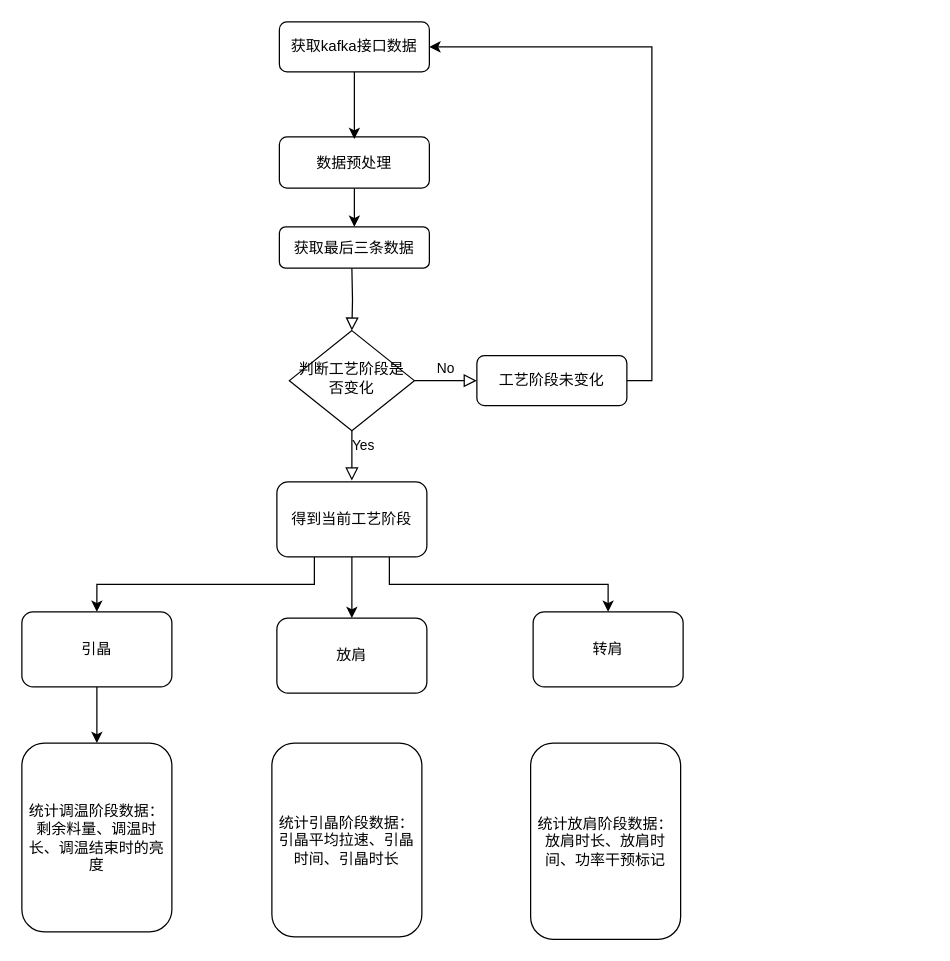
This is 智能拉晶数据存储梳理流程图.drawio from ykchasingwind/2019iFLYTEK_MachineryLife_Baseline, a draw.io file, before an edit. Source tidied: cells renumbered, new cells numbered last; positions are measured from the earlier drawing's top-left corner, leaving out a move shared by most shapes. Both pictures are drawn from the tidied source at 125%, with x=0, y=0 at pixel (21, 21).
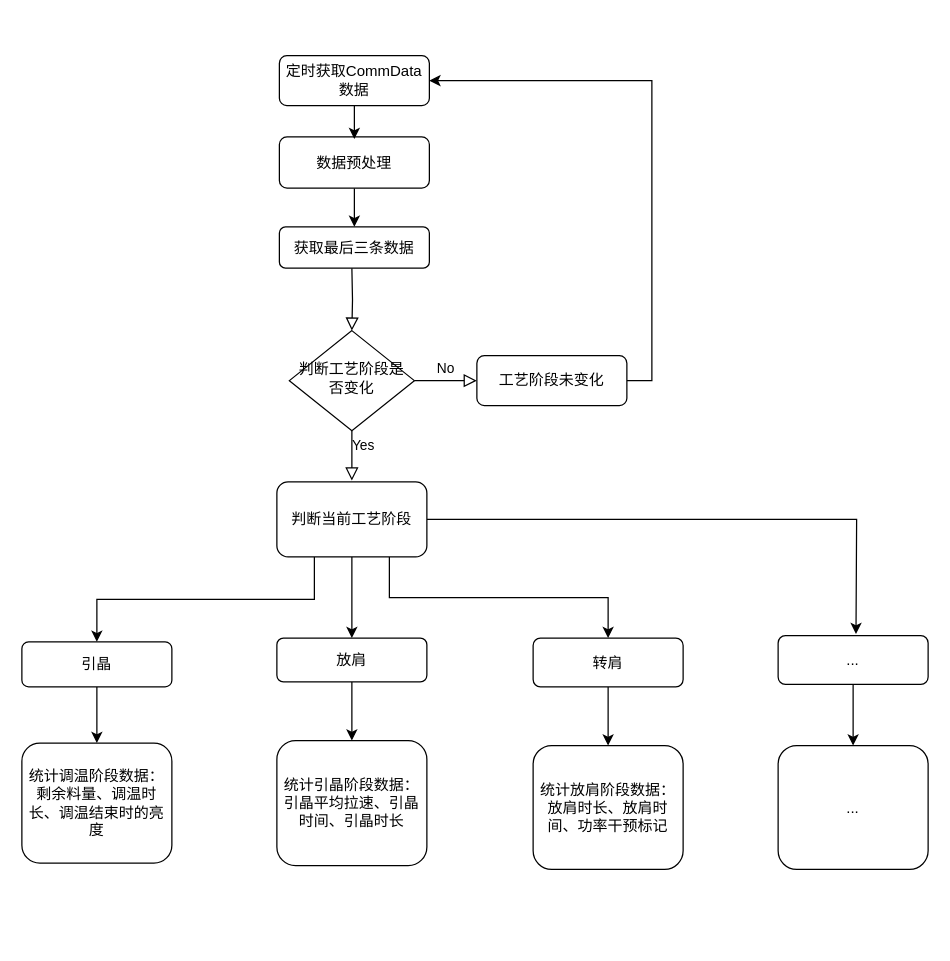
Above is the later version.

Commit message:
更新智能拉晶数据存储梳理流程图.drawio

What changed in the source:
```diff
@@
-    <mxCell id="11" value="获取kafka接口数据" style="rounded=1;whiteSpace=wrap;html=1;fontSize=12;glass=0;strokeWidth=1;shadow=0;" parent="1" vertex="1">
-      <mxGeometry x="206" width="120" height="40" as="geometry" />
+    <mxCell id="11" value="定时获取CommData数据" style="rounded=1;whiteSpace=wrap;html=1;fontSize=12;glass=0;strokeWidth=1;shadow=0;" parent="1" vertex="1">
+      <mxGeometry x="206" y="27" width="120" height="40" as="geometry" />
     </mxCell>
@@
+    <mxCell id="24" style="edgeStyle=orthogonalEdgeStyle;rounded=0;jettySize=auto;html=1;exitX=1;exitY=0.5;exitDx=0;exitDy=0;" parent="1" edge="1" source="16">
+      <mxGeometry relative="1" as="geometry">
+        <mxPoint x="667.3" y="489.7" as="targetPoint" />
+      </mxGeometry>
+    </mxCell>
-    <mxCell id="16" value="得到当前工艺阶段" style="rounded=1;whiteSpace=wrap;html=1;" parent="1" vertex="1">
+    <mxCell id="16" value="判断当前工艺阶段" style="rounded=1;whiteSpace=wrap;html=1;" parent="1" vertex="1">
       <mxGeometry x="204" y="368" width="120" height="60" as="geometry" />
     </mxCell>
@@
     <mxCell id="18" value="引晶" style="rounded=1;whiteSpace=wrap;html=1;" parent="1" vertex="1">
-      <mxGeometry y="472" width="120" height="60" as="geometry" />
+      <mxGeometry y="496" width="120" height="36" as="geometry" />
     </mxCell>
+    <mxCell id="25" style="edgeStyle=orthogonalEdgeStyle;rounded=0;jettySize=auto;html=1;exitX=0.5;exitY=1;exitDx=0;exitDy=0;" parent="1" edge="1" source="19" target="22">
+      <mxGeometry relative="1" as="geometry" />
+    </mxCell>
     <mxCell id="19" value="放肩" style="rounded=1;whiteSpace=wrap;html=1;" parent="1" vertex="1">
-      <mxGeometry x="204" y="477" width="120" height="60" as="geometry" />
+      <mxGeometry x="204" y="493" width="120" height="35" as="geometry" />
     </mxCell>
+    <mxCell id="26" style="edgeStyle=orthogonalEdgeStyle;rounded=0;jettySize=auto;html=1;exitX=0.5;exitY=1;exitDx=0;exitDy=0;entryX=0.5;entryY=0;entryDx=0;entryDy=0;" parent="1" edge="1" source="20" target="23">
+      <mxGeometry relative="1" as="geometry" />
+    </mxCell>
     <mxCell id="20" value="转肩" style="rounded=1;whiteSpace=wrap;html=1;" parent="1" vertex="1">
-      <mxGeometry x="409" y="472" width="120" height="60" as="geometry" />
+      <mxGeometry x="409" y="493" width="120" height="39" as="geometry" />
     </mxCell>
     <mxCell id="21" value="统计调温阶段数据：剩余料量、调温时长、调温结束时的亮度" style="rounded=1;whiteSpace=wrap;html=1;" parent="1" vertex="1">
-      <mxGeometry y="577" width="120" height="151" as="geometry" />
+      <mxGeometry y="577" width="120" height="96" as="geometry" />
     </mxCell>
     <mxCell id="22" value="统计引晶阶段数据：&lt;div&gt;引晶平均拉速、引晶时间、引晶时长&lt;/div&gt;" style="rounded=1;whiteSpace=wrap;html=1;" parent="1" vertex="1">
-      <mxGeometry x="200" y="577" width="120" height="155" as="geometry" />
+      <mxGeometry x="204" y="575" width="120" height="100" as="geometry" />
     </mxCell>
     <mxCell id="23" value="统计放肩阶段数据：&lt;div&gt;放肩时长、放肩时间、功率干预标记&lt;/div&gt;" style="rounded=1;whiteSpace=wrap;html=1;" parent="1" vertex="1">
-      <mxGeometry x="407" y="577" width="120" height="157" as="geometry" />
+      <mxGeometry x="409" y="579" width="120" height="99" as="geometry" />
     </mxCell>
+    <mxCell id="27" style="edgeStyle=orthogonalEdgeStyle;rounded=0;jettySize=auto;html=1;exitX=0.5;exitY=1;exitDx=0;exitDy=0;entryX=0.5;entryY=0;entryDx=0;entryDy=0;" parent="1" edge="1" source="28" target="29">
+      <mxGeometry relative="1" as="geometry" />
+    </mxCell>
+    <mxCell id="28" value="..." style="rounded=1;whiteSpace=wrap;html=1;" parent="1" vertex="1">
+      <mxGeometry x="605" y="491" width="120" height="39" as="geometry" />
+    </mxCell>
+    <mxCell id="29" value="..." style="rounded=1;whiteSpace=wrap;html=1;" parent="1" vertex="1">
+      <mxGeometry x="605" y="579" width="120" height="99" as="geometry" />
+    </mxCell>
```
